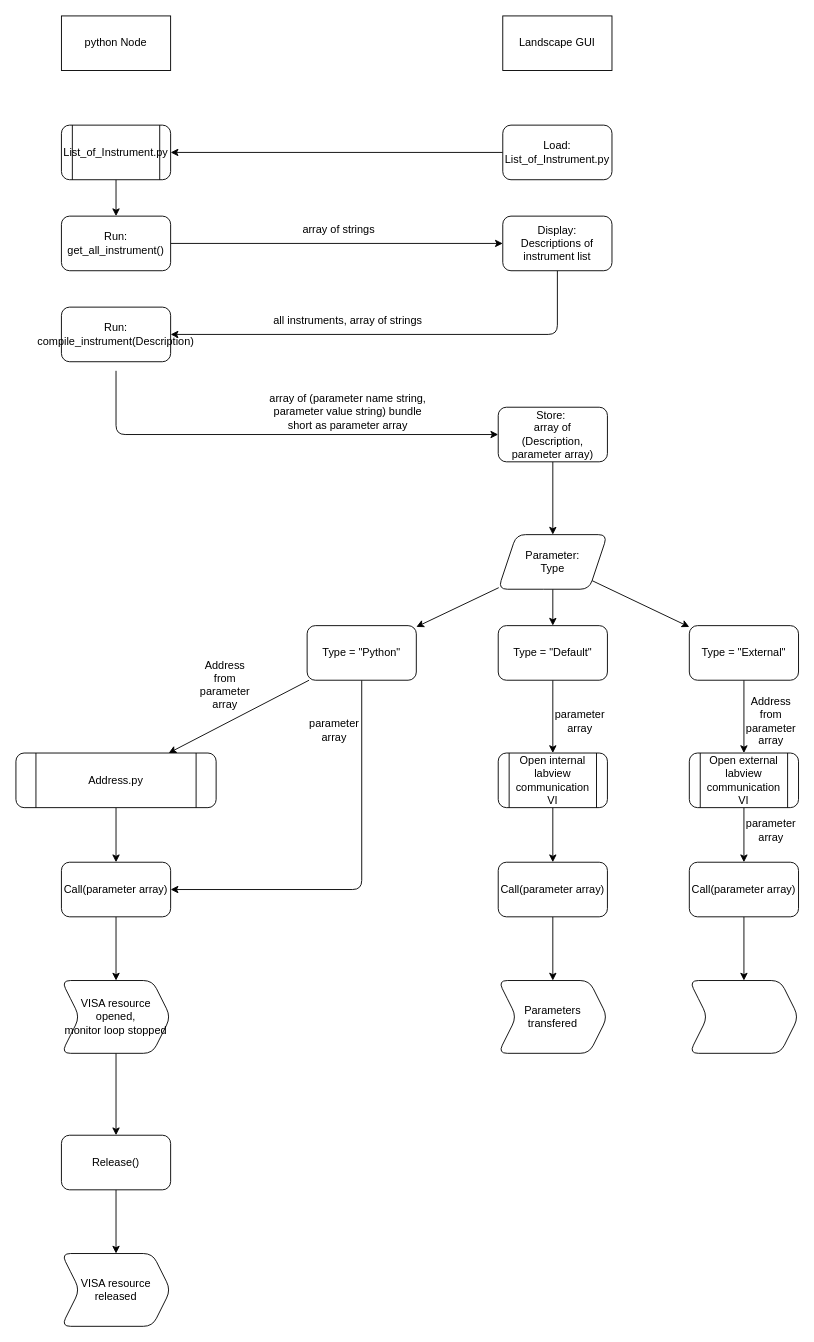
Before: Work Flow.drawio in phyzrx/Landscape-DataStream-v1.1, a draw.io diagram. Source tidied: cells renumbered, new cells numbered last; positions are measured from the earlier drawing's top-left corner, leaving out a move shared by most shapes. Both pictures are drawn from the tidied source at 91%, with x=0, y=0 at pixel (15, 15).
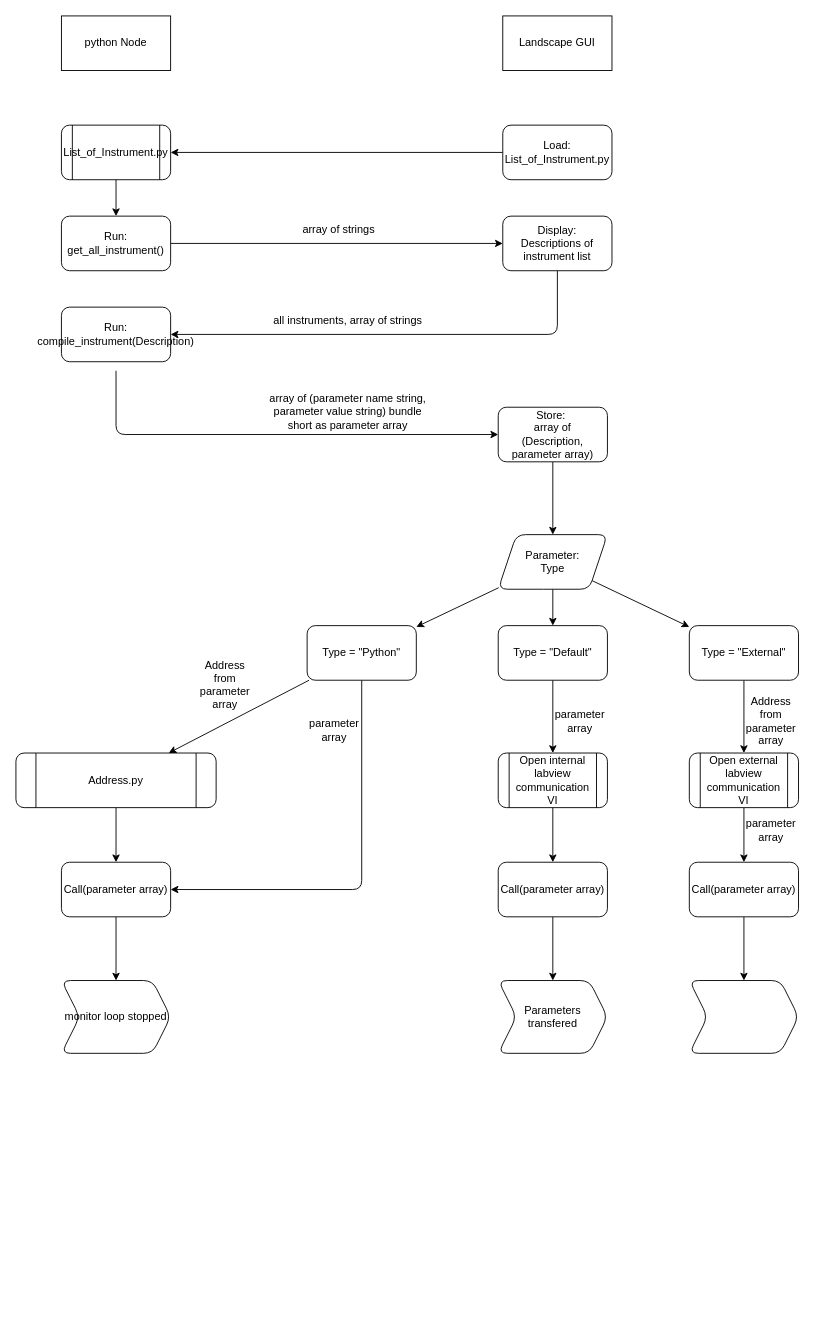
After the change.

The edit, as a diff of the source:
```diff
@@
-    <mxCell id="37" style="edgeStyle=none;html=1;" parent="1" edge="1" source="38" target="52">
-      <mxGeometry relative="1" as="geometry" />
-    </mxCell>
-    <mxCell id="38" value="VISA resource opened,&lt;br&gt;monitor loop stopped" style="shape=step;perimeter=stepPerimeter;whiteSpace=wrap;html=1;fixedSize=1;rounded=1;" parent="1" vertex="1">
+    <mxCell id="38" value="monitor loop stopped" style="shape=step;perimeter=stepPerimeter;whiteSpace=wrap;html=1;fixedSize=1;rounded=1;" parent="1" vertex="1">
       <mxGeometry x="50" y="1060" width="120" height="80" as="geometry" />
     </mxCell>
@@
-    <mxCell id="51" style="edgeStyle=none;html=1;" parent="1" edge="1" source="52" target="53">
-      <mxGeometry relative="1" as="geometry" />
-    </mxCell>
-    <mxCell id="52" value="Release()" style="whiteSpace=wrap;html=1;rounded=1;" parent="1" vertex="1">
-      <mxGeometry x="50" y="1230" width="120" height="60" as="geometry" />
-    </mxCell>
-    <mxCell id="53" value="VISA resource released" style="shape=step;perimeter=stepPerimeter;whiteSpace=wrap;html=1;fixedSize=1;rounded=1;" parent="1" vertex="1">
-      <mxGeometry x="50" y="1360" width="120" height="80" as="geometry" />
-    </mxCell>
```
